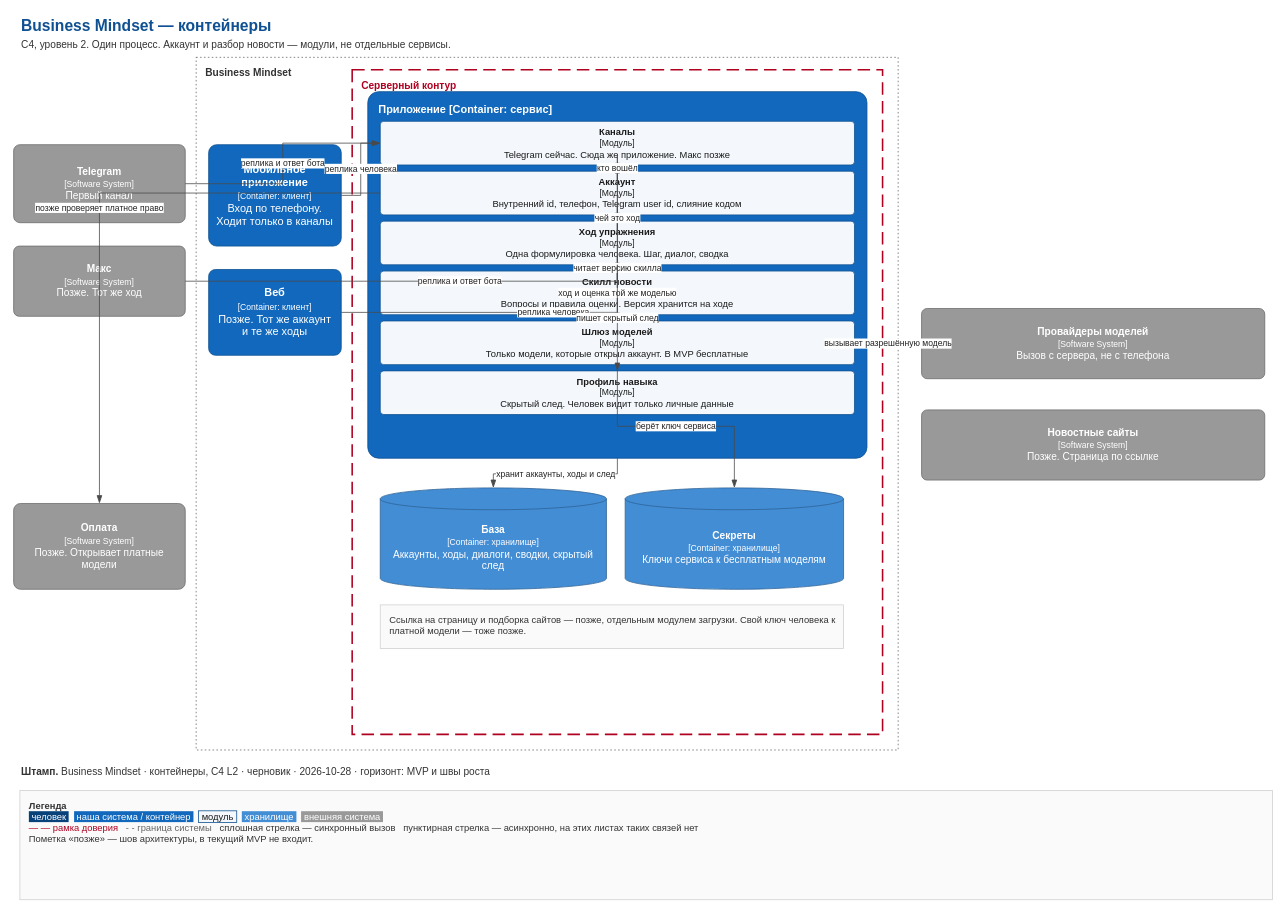
Above: ProductLC/01 Big Idea/architecture/diagrams/02-containers.drawio in nletra1983/business-mindset-cloud (draw.io), before the change. Source tidied: cells renumbered, new cells numbered last; positions are measured from the earlier drawing's top-left corner, leaving out a move shared by most shapes. Both pictures are drawn from the tidied source at 78%, with x=0, y=0 at pixel (13, 13).
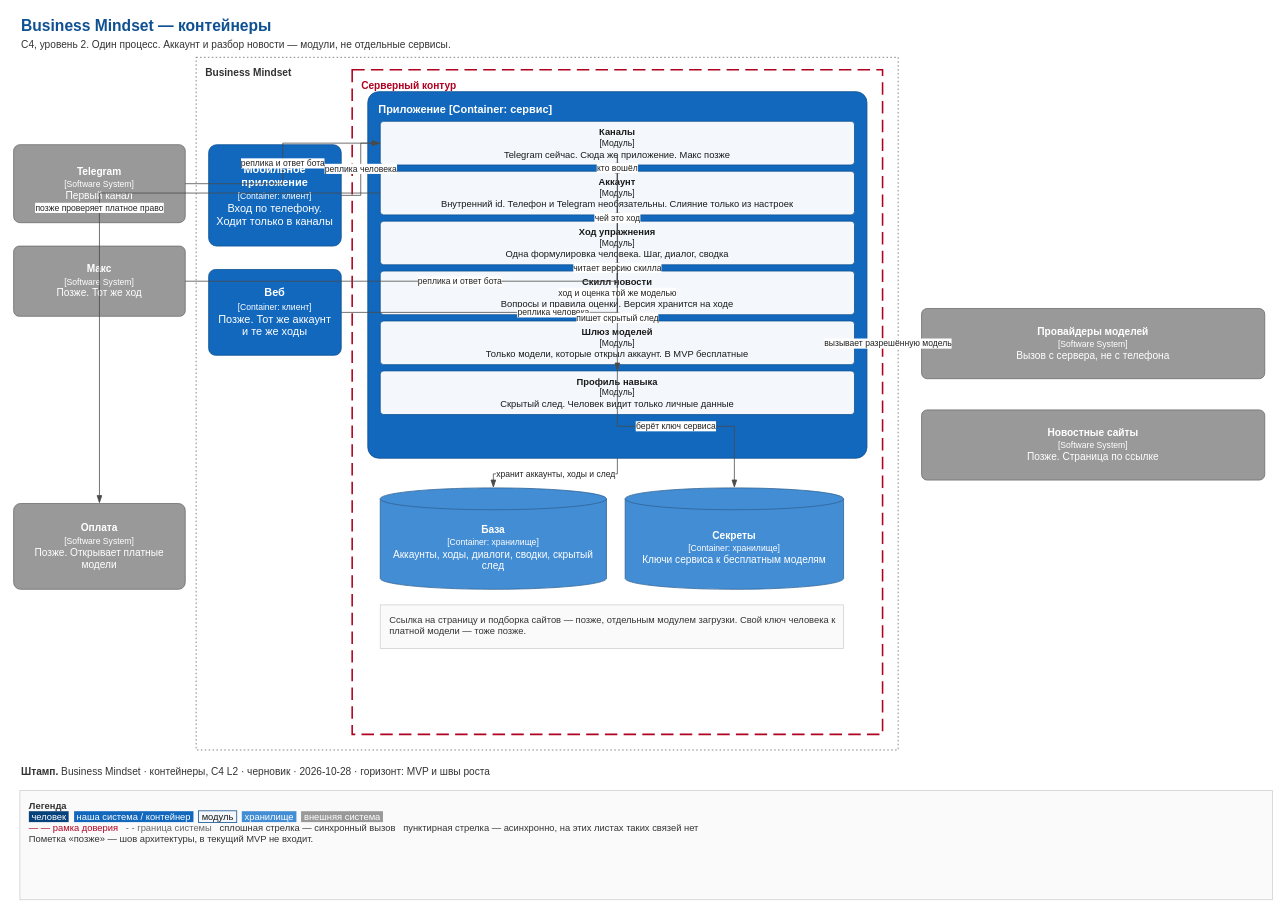
Above is the later version.

The edit, as a diff of the source:
```diff
@@
-    <mxCell id="8" value="&lt;b&gt;Аккаунт&lt;/b&gt;&lt;br&gt;&lt;font style=&quot;font-size: 11px&quot;&gt;[Модуль]&lt;/font&gt;&lt;br&gt;Внутренний id, телефон, Telegram user id, слияние кодом" style="rounded=1;whiteSpace=wrap;html=1;fillColor=#F4F8FC;strokeColor=#0E5091;fontColor=#1A1A1A;arcSize=8;fontFamily=Arial;fontSize=12;verticalAlign=middle;align=center;spacing=6;" parent="1" vertex="1">
+    <mxCell id="8" value="&lt;b&gt;Аккаунт&lt;/b&gt;&lt;br&gt;&lt;font style=&quot;font-size: 11px&quot;&gt;[Модуль]&lt;/font&gt;&lt;br&gt;Внутренний id. Телефон и Telegram необязательны. Слияние только из настроек" style="rounded=1;whiteSpace=wrap;html=1;fillColor=#F4F8FC;strokeColor=#0E5091;fontColor=#1A1A1A;arcSize=8;fontFamily=Arial;fontSize=12;verticalAlign=middle;align=center;spacing=6;" parent="1" vertex="1">
       <mxGeometry x="470" y="202" width="608" height="56" as="geometry" />
     </mxCell>
```
